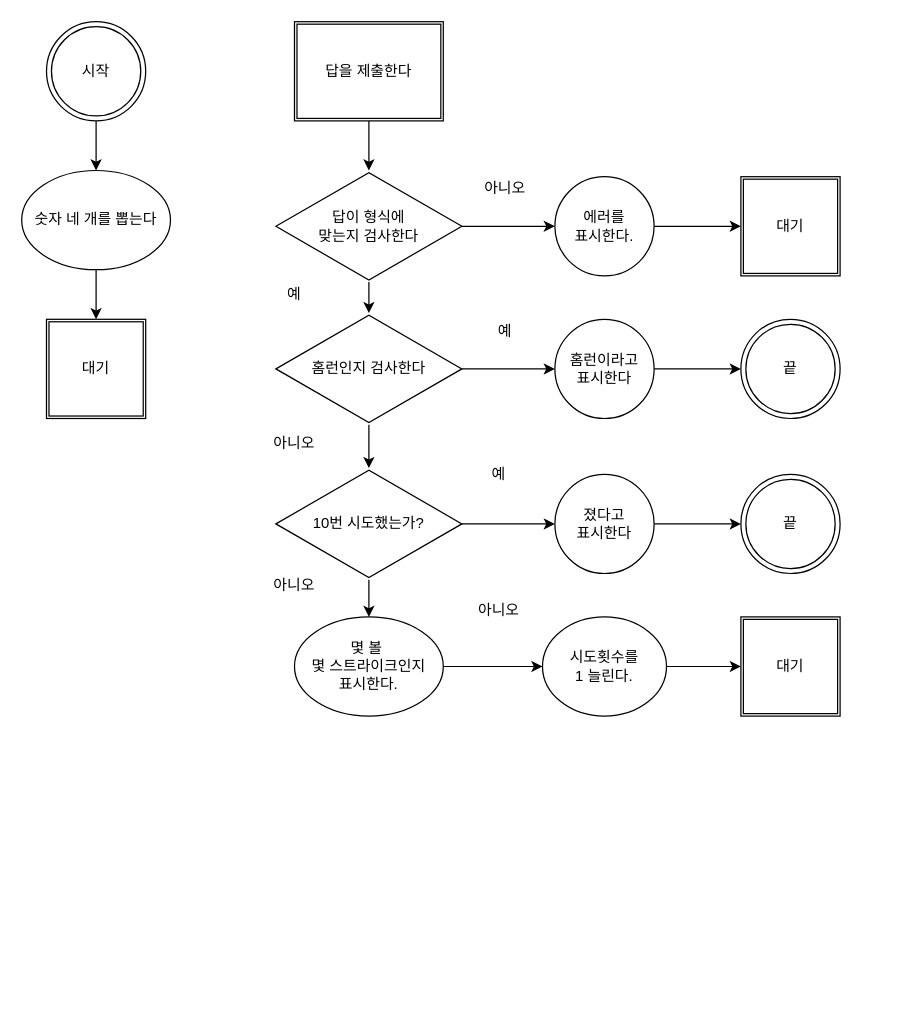
Before: 4강 숫자야구/숫자 야구 순서도.drawio in 0jyyyyy/trygit, a draw.io diagram. Source tidied: cells renumbered, new cells numbered last; positions are measured from the earlier drawing's top-left corner, leaving out a move shared by most shapes. Both pictures are drawn from the tidied source at 124%, with x=0, y=0 at pixel (21, 21).
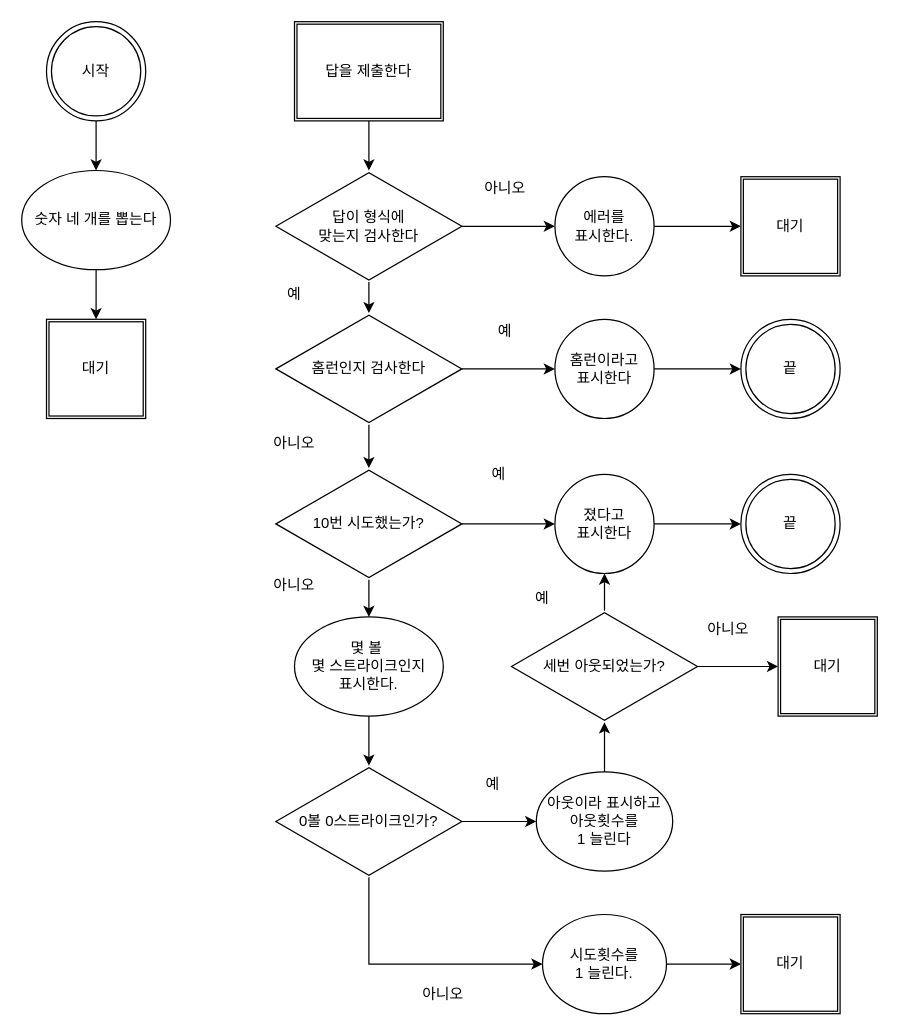
After the change.

Unchanged cells that the change refers to:
```xml
<mxCell id="20" value="몇 볼&amp;nbsp;&lt;br&gt;몇 스트라이크인지&lt;br&gt;표시한다." style="ellipse;whiteSpace=wrap;html=1;" parent="1" vertex="1">
  <mxGeometry x="220" y="480" width="120" height="80" as="geometry" />
</mxCell>
<mxCell id="24" value="졌다고&lt;br&gt;표시한다" style="ellipse;whiteSpace=wrap;html=1;" parent="1" vertex="1">
  <mxGeometry x="430" y="365" width="80" height="80" as="geometry" />
</mxCell>
```

Change to the diagram source:
```diff
@@
-    <mxCell id="19" style="edgeStyle=orthogonalEdgeStyle;rounded=0;jettySize=auto;html=1;" parent="1" edge="1" source="20" target="28">
-      <mxGeometry relative="1" as="geometry" />
-    </mxCell>
+    <mxCell id="39" style="edgeStyle=orthogonalEdgeStyle;rounded=0;jettySize=auto;html=1;" parent="1" edge="1" source="20" target="42">
+      <mxGeometry relative="1" as="geometry" />
+    </mxCell>
@@
     <mxCell id="28" value="시도횟수를&lt;br&gt;1 늘린다." style="ellipse;whiteSpace=wrap;html=1;" parent="1" vertex="1">
-      <mxGeometry x="420" y="480" width="100" height="80" as="geometry" />
+      <mxGeometry x="420" y="720" width="100" height="80" as="geometry" />
     </mxCell>
@@
     <mxCell id="30" value="대기" style="shape=ext;double=1;whiteSpace=wrap;html=1;" parent="1" vertex="1">
-      <mxGeometry x="580" y="480" width="80" height="80" as="geometry" />
+      <mxGeometry x="580" y="720" width="80" height="80" as="geometry" />
     </mxCell>
@@
-    <mxCell id="38" value="아니오" style="text;html=1;strokeColor=none;fillColor=none;align=center;verticalAlign=middle;whiteSpace=wrap;rounded=0;" parent="1" vertex="1">
-      <mxGeometry x="355" y="460" width="60" height="30" as="geometry" />
-    </mxCell>
+    <mxCell id="40" style="edgeStyle=orthogonalEdgeStyle;rounded=0;jettySize=auto;html=1;entryX=0;entryY=0.5;entryDx=0;entryDy=0;exitX=0.5;exitY=1;exitDx=0;exitDy=0;exitPerimeter=0;" parent="1" edge="1" source="42" target="28">
+      <mxGeometry relative="1" as="geometry" />
+    </mxCell>
+    <mxCell id="41" style="edgeStyle=orthogonalEdgeStyle;rounded=0;jettySize=auto;html=1;" parent="1" edge="1" source="42" target="45">
+      <mxGeometry relative="1" as="geometry" />
+    </mxCell>
+    <mxCell id="42" value="0볼 0스트라이크인가?" style="html=1;whiteSpace=wrap;shape=isoRectangle;" parent="1" vertex="1">
+      <mxGeometry x="205" y="600" width="150" height="90" as="geometry" />
+    </mxCell>
+    <mxCell id="43" value="아니오" style="text;html=1;strokeColor=none;fillColor=none;align=center;verticalAlign=middle;whiteSpace=wrap;rounded=0;" parent="1" vertex="1">
+      <mxGeometry x="310" y="770" width="60" height="30" as="geometry" />
+    </mxCell>
+    <mxCell id="44" style="edgeStyle=orthogonalEdgeStyle;rounded=0;jettySize=auto;html=1;" parent="1" edge="1" source="45" target="48">
+      <mxGeometry relative="1" as="geometry" />
+    </mxCell>
+    <mxCell id="45" value="아웃이라 표시하고&lt;br&gt;아웃횟수를&lt;br&gt;1 늘린다" style="ellipse;whiteSpace=wrap;html=1;" parent="1" vertex="1">
+      <mxGeometry x="415" y="605" width="110" height="80" as="geometry" />
+    </mxCell>
+    <mxCell id="46" style="edgeStyle=orthogonalEdgeStyle;rounded=0;jettySize=auto;html=1;" parent="1" edge="1" source="48" target="24">
+      <mxGeometry relative="1" as="geometry" />
+    </mxCell>
+    <mxCell id="47" style="edgeStyle=orthogonalEdgeStyle;rounded=0;jettySize=auto;html=1;" parent="1" edge="1" source="48" target="49">
+      <mxGeometry relative="1" as="geometry" />
+    </mxCell>
+    <mxCell id="48" value="세번 아웃되었는가?" style="html=1;whiteSpace=wrap;shape=isoRectangle;" parent="1" vertex="1">
+      <mxGeometry x="395" y="475" width="150" height="90" as="geometry" />
+    </mxCell>
+    <mxCell id="49" value="대기" style="shape=ext;double=1;whiteSpace=wrap;html=1;" parent="1" vertex="1">
+      <mxGeometry x="610" y="480" width="80" height="80" as="geometry" />
+    </mxCell>
+    <mxCell id="50" value="예" style="text;html=1;strokeColor=none;fillColor=none;align=center;verticalAlign=middle;whiteSpace=wrap;rounded=0;" parent="1" vertex="1">
+      <mxGeometry x="350" y="600" width="60" height="30" as="geometry" />
+    </mxCell>
+    <mxCell id="51" value="예" style="text;html=1;strokeColor=none;fillColor=none;align=center;verticalAlign=middle;whiteSpace=wrap;rounded=0;" parent="1" vertex="1">
+      <mxGeometry x="390" y="450" width="60" height="30" as="geometry" />
+    </mxCell>
+    <mxCell id="52" value="아니오" style="text;html=1;strokeColor=none;fillColor=none;align=center;verticalAlign=middle;whiteSpace=wrap;rounded=0;" parent="1" vertex="1">
+      <mxGeometry x="540" y="475" width="60" height="30" as="geometry" />
+    </mxCell>
```
